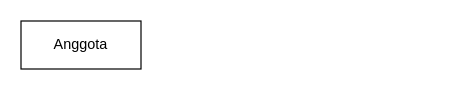
This is Diagram Tanpa Judul.drawio from choirulhafifi/chocreat, a draw.io file, before an edit. Source tidied: cells renumbered, new cells numbered last; positions are measured from the earlier drawing's top-left corner, leaving out a move shared by most shapes. Both pictures are drawn from the tidied source at 120%, with x=0, y=0 at pixel (20, 20).
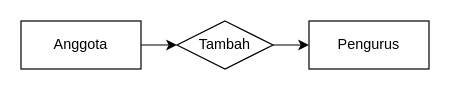
The same page after the edit.

Diff of the diagram source:
```diff
@@
 <mxGraphModel>
   <root>
     <mxCell id="0" />
     <mxCell id="1" parent="0" />
+    <mxCell id="3" style="edgeStyle=orthogonalEdgeStyle;rounded=0;jettySize=auto;html=1;" parent="1" edge="1" source="2" target="6">
+      <mxGeometry relative="1" as="geometry" />
+    </mxCell>
     <mxCell id="2" value="Anggota" style="whiteSpace=wrap;html=1;align=center;" parent="1" vertex="1">
       <mxGeometry width="100" height="40" as="geometry" />
     </mxCell>
+    <mxCell id="4" value="Pengurus" style="whiteSpace=wrap;html=1;align=center;" parent="1" vertex="1">
+      <mxGeometry x="240" width="100" height="40" as="geometry" />
+    </mxCell>
+    <mxCell id="5" style="edgeStyle=orthogonalEdgeStyle;rounded=0;jettySize=auto;html=1;" parent="1" edge="1" source="6" target="4">
+      <mxGeometry relative="1" as="geometry" />
+    </mxCell>
+    <mxCell id="6" value="Tambah" style="shape=rhombus;perimeter=rhombusPerimeter;whiteSpace=wrap;html=1;align=center;" parent="1" vertex="1">
+      <mxGeometry x="130" width="80" height="40" as="geometry" />
+    </mxCell>
   </root>
 </mxGraphModel>
```
